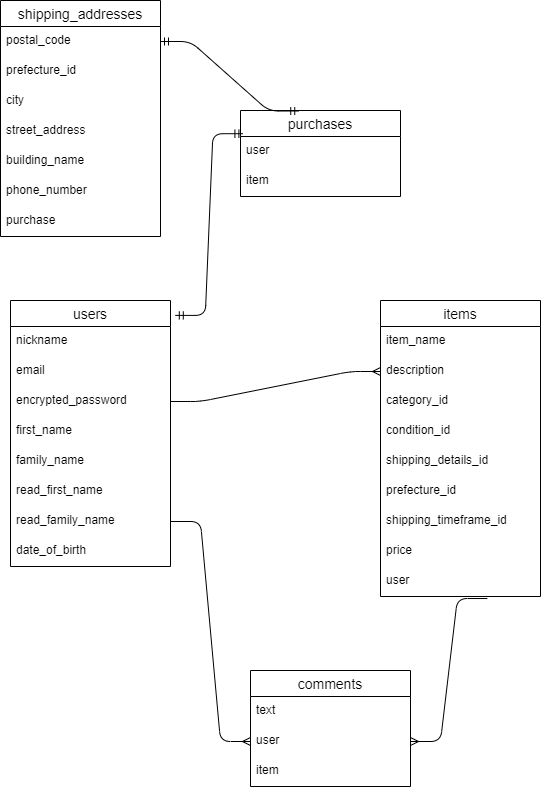
Earlier version of the draw.io export test.drawio.png (sumachanabc/furima-39812). Source tidied: cells renumbered, new cells last; positions are measured from the earlier drawing's top-left corner, leaving out a move shared by most shapes.
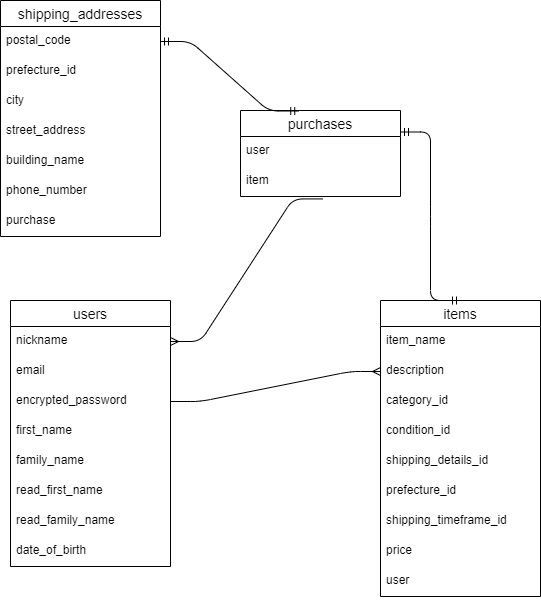
After the change.

The edit, as a diff of the source:
```diff
@@ -59,27 +59,9 @@
     <mxCell id="20" value="user" style="text;strokeColor=none;fillColor=none;spacingLeft=4;spacingRight=4;overflow=hidden;points=[[0,0.5],[1,0.5]];portConstraint=eastwest;fontSize=12;" parent="11" vertex="1">
       <mxGeometry y="266" width="160" height="30" as="geometry" />
     </mxCell>
-    <mxCell id="21" value="comments" style="swimlane;fontStyle=0;horizontal=1;startSize=26;align=center;fontSize=14;" parent="1" vertex="1">
-      <mxGeometry x="250" y="670" width="160" height="116" as="geometry" />
-    </mxCell>
-    <mxCell id="22" value="text" style="text;strokeColor=none;fillColor=none;spacingLeft=4;spacingRight=4;overflow=hidden;fontSize=12;" parent="21" vertex="1">
-      <mxGeometry y="26" width="160" height="30" as="geometry" />
-    </mxCell>
-    <mxCell id="23" value="user" style="text;strokeColor=none;fillColor=none;spacingLeft=4;spacingRight=4;overflow=hidden;points=[[0,0.5],[1,0.5]];portConstraint=eastwest;fontSize=12;" parent="21" vertex="1">
-      <mxGeometry y="56" width="160" height="30" as="geometry" />
-    </mxCell>
-    <mxCell id="24" value="item" style="text;strokeColor=none;fillColor=none;spacingLeft=4;spacingRight=4;overflow=hidden;fontSize=12;" parent="21" vertex="1">
-      <mxGeometry y="86" width="160" height="30" as="geometry" />
-    </mxCell>
     <mxCell id="25" style="edgeStyle=entityRelationEdgeStyle;fontSize=12;html=1;endArrow=ERmany;entryX=0;entryY=0.5;entryDx=0;entryDy=0;exitX=1;exitY=0.5;exitDx=0;exitDy=0;" parent="1" edge="1" source="5" target="13">
       <mxGeometry relative="1" as="geometry" />
     </mxCell>
-    <mxCell id="26" style="edgeStyle=entityRelationEdgeStyle;fontSize=12;html=1;endArrow=ERmany;exitX=1;exitY=0.5;exitDx=0;exitDy=0;entryX=0;entryY=0.5;entryDx=0;entryDy=0;" parent="1" edge="1" source="9" target="23">
-      <mxGeometry relative="1" as="geometry" />
-    </mxCell>
-    <mxCell id="27" style="edgeStyle=entityRelationEdgeStyle;fontSize=12;html=1;endArrow=ERmany;entryX=1;entryY=0.5;entryDx=0;entryDy=0;exitX=0.668;exitY=1.067;exitDx=0;exitDy=0;exitPerimeter=0;" parent="1" edge="1" source="20" target="23">
-      <mxGeometry relative="1" as="geometry" />
-    </mxCell>
     <mxCell id="28" value="shipping_addresses" style="swimlane;fontStyle=0;horizontal=1;startSize=26;align=center;fontSize=14;" parent="1" vertex="1">
       <mxGeometry width="160" height="236" as="geometry" />
     </mxCell>
@@ -116,10 +98,11 @@
     <mxCell id="39" style="edgeStyle=entityRelationEdgeStyle;fontSize=12;html=1;endArrow=ERmandOne;startArrow=ERmandOne;exitX=1;exitY=0.5;exitDx=0;exitDy=0;entryX=0.364;entryY=0.006;entryDx=0;entryDy=0;entryPerimeter=0;" parent="1" edge="1" source="29" target="36">
       <mxGeometry relative="1" as="geometry" />
     </mxCell>
-    <mxCell id="40" style="edgeStyle=entityRelationEdgeStyle;fontSize=12;html=1;endArrow=ERmandOne;startArrow=ERmandOne;exitX=1.03;exitY=0.056;exitDx=0;exitDy=0;exitPerimeter=0;entryX=0.015;entryY=-0.093;entryDx=0;entryDy=0;entryPerimeter=0;" parent="1" edge="1" source="2">
-      <mxGeometry relative="1" as="geometry">
-        <mxPoint x="242.4" y="133.2" as="targetPoint" />
-      </mxGeometry>
-    </mxCell>
+    <mxCell id="41" style="edgeStyle=entityRelationEdgeStyle;fontSize=12;html=1;endArrow=ERmany;entryX=1;entryY=0.5;entryDx=0;entryDy=0;exitX=0.515;exitY=1.081;exitDx=0;exitDy=0;exitPerimeter=0;" parent="1" edge="1" source="38" target="3">
+      <mxGeometry relative="1" as="geometry" />
+    </mxCell>
+    <mxCell id="42" style="edgeStyle=entityRelationEdgeStyle;fontSize=12;html=1;endArrow=ERmandOne;startArrow=ERmandOne;entryX=0.5;entryY=0;entryDx=0;entryDy=0;exitX=1;exitY=0.25;exitDx=0;exitDy=0;" parent="1" edge="1" source="36" target="11">
+      <mxGeometry relative="1" as="geometry" />
+    </mxCell>
   </root>
 </mxGraphModel>
```
